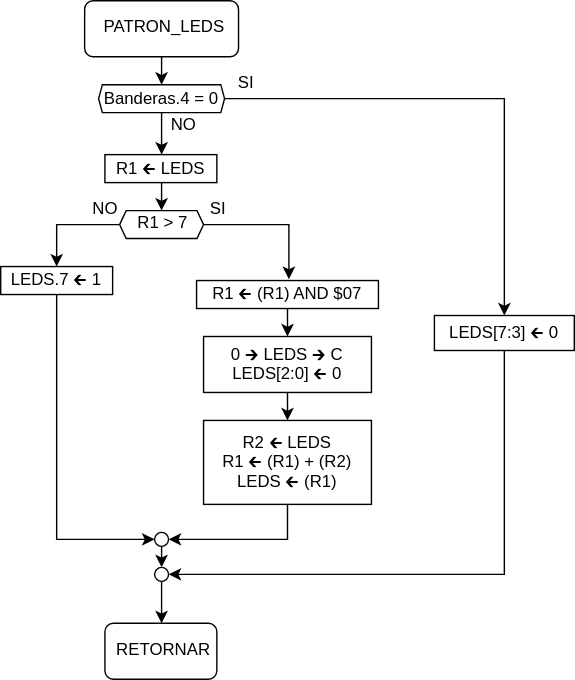
The draw.io diagram PROYECTO/diagrams_svg/PATRON_LEDS.svg in slealq/micros, before a commit. Source tidied: cells renumbered, new cells last; positions are measured from the earlier drawing's top-left corner, leaving out a move shared by most shapes. Source of this version:
```xml
<mxGraphModel>
  <root>
    <mxCell id="0" />
    <mxCell id="1" parent="0" />
    <mxCell id="2" style="edgeStyle=orthogonalEdgeStyle;rounded=0;jettySize=auto;html=1;exitX=0.5;exitY=1;exitDx=0;exitDy=0;" parent="1" edge="1" source="3">
      <mxGeometry relative="1" as="geometry">
        <mxPoint x="115" y="59.9" as="targetPoint" />
      </mxGeometry>
    </mxCell>
    <mxCell id="3" value="PATRON_LEDS" style="rounded=1;whiteSpace=wrap;html=1;" parent="1" vertex="1">
      <mxGeometry x="60" width="110" height="40" as="geometry" />
    </mxCell>
    <mxCell id="4" style="edgeStyle=orthogonalEdgeStyle;rounded=0;jettySize=auto;html=1;exitX=1;exitY=0.5;exitDx=0;exitDy=0;" parent="1" edge="1" source="6" target="28">
      <mxGeometry relative="1" as="geometry" />
    </mxCell>
    <mxCell id="5" style="edgeStyle=orthogonalEdgeStyle;rounded=0;jettySize=auto;html=1;exitX=0.5;exitY=1;exitDx=0;exitDy=0;entryX=0.5;entryY=0;entryDx=0;entryDy=0;" parent="1" edge="1" source="6" target="30">
      <mxGeometry relative="1" as="geometry" />
    </mxCell>
    <mxCell id="6" value="Banderas.4 = 0" style="shape=hexagon;perimeter=hexagonPerimeter2;size=0.02962962962962984;" parent="1" vertex="1">
      <mxGeometry x="70" y="60" width="90" height="20" as="geometry" />
    </mxCell>
    <mxCell id="7" style="edgeStyle=orthogonalEdgeStyle;rounded=0;jettySize=auto;html=1;exitX=0;exitY=0.5;exitDx=0;exitDy=0;entryX=0.5;entryY=0;entryDx=0;entryDy=0;" parent="1" edge="1" source="9" target="12">
      <mxGeometry relative="1" as="geometry" />
    </mxCell>
    <mxCell id="8" style="edgeStyle=orthogonalEdgeStyle;rounded=0;jettySize=auto;html=1;exitX=1;exitY=0.5;exitDx=0;exitDy=0;entryX=0.507;entryY=-0.07;entryDx=0;entryDy=0;entryPerimeter=0;" parent="1" edge="1" source="9" target="14">
      <mxGeometry relative="1" as="geometry" />
    </mxCell>
    <mxCell id="9" value="R1 &amp;gt; 7" style="shape=hexagon;perimeter=hexagonPerimeter2;whiteSpace=wrap;html=1;size=0.07777777777777857;" parent="1" vertex="1">
      <mxGeometry x="85" y="150" width="60" height="20" as="geometry" />
    </mxCell>
    <mxCell id="10" value="SI" style="text;strokeColor=none;fillColor=none;align=center;verticalAlign=middle;whiteSpace=wrap;rounded=0;html=1;" parent="1" vertex="1">
      <mxGeometry x="154.5" y="50" width="40" height="20" as="geometry" />
    </mxCell>
    <mxCell id="11" style="edgeStyle=orthogonalEdgeStyle;rounded=0;jettySize=auto;html=1;exitX=0.5;exitY=1;exitDx=0;exitDy=0;entryX=0;entryY=0.5;entryDx=0;entryDy=0;" parent="1" edge="1" source="12" target="20">
      <mxGeometry relative="1" as="geometry" />
    </mxCell>
    <mxCell id="12" value="LEDS.7 🡰 1" style="rounded=0;" parent="1" vertex="1">
      <mxGeometry y="190" width="80" height="20" as="geometry" />
    </mxCell>
    <mxCell id="13" style="edgeStyle=orthogonalEdgeStyle;rounded=0;jettySize=auto;html=1;exitX=0.5;exitY=1;exitDx=0;exitDy=0;entryX=0.5;entryY=0;entryDx=0;entryDy=0;" parent="1" edge="1" source="14" target="16">
      <mxGeometry relative="1" as="geometry" />
    </mxCell>
    <mxCell id="14" value="R1 🡰 (R1) AND $07" style="rounded=0;" parent="1" vertex="1">
      <mxGeometry x="140" y="200" width="130" height="20" as="geometry" />
    </mxCell>
    <mxCell id="15" style="edgeStyle=orthogonalEdgeStyle;rounded=0;jettySize=auto;html=1;exitX=0.5;exitY=1;exitDx=0;exitDy=0;entryX=0.5;entryY=0;entryDx=0;entryDy=0;" parent="1" edge="1" source="16" target="18">
      <mxGeometry relative="1" as="geometry" />
    </mxCell>
    <mxCell id="16" value="0 🡲 LEDS 🡲 C&#10;LEDS[2:0] 🡰 0" style="rounded=0;" parent="1" vertex="1">
      <mxGeometry x="145" y="240" width="120" height="40" as="geometry" />
    </mxCell>
    <mxCell id="17" style="edgeStyle=orthogonalEdgeStyle;rounded=0;jettySize=auto;html=1;exitX=0.5;exitY=1;exitDx=0;exitDy=0;entryX=1;entryY=0.5;entryDx=0;entryDy=0;" parent="1" edge="1" source="18" target="20">
      <mxGeometry relative="1" as="geometry">
        <Array as="points">
          <mxPoint x="205" y="385" />
        </Array>
      </mxGeometry>
    </mxCell>
    <mxCell id="18" value="R2 🡰 LEDS&#10;R1 🡰 (R1) + (R2)&#10;LEDS 🡰 (R1)" style="rounded=0;" parent="1" vertex="1">
      <mxGeometry x="145" y="300" width="120" height="60" as="geometry" />
    </mxCell>
    <mxCell id="19" style="edgeStyle=orthogonalEdgeStyle;rounded=0;jettySize=auto;html=1;exitX=0.5;exitY=1;exitDx=0;exitDy=0;entryX=0.5;entryY=0;entryDx=0;entryDy=0;" parent="1" edge="1" source="20" target="22">
      <mxGeometry relative="1" as="geometry" />
    </mxCell>
    <mxCell id="20" style="ellipse;whiteSpace=wrap;align=center;html=1;" parent="1" vertex="1">
      <mxGeometry x="110" y="380" width="10" height="10" as="geometry" />
    </mxCell>
    <mxCell id="21" style="edgeStyle=orthogonalEdgeStyle;rounded=0;jettySize=auto;html=1;exitX=0.5;exitY=1;exitDx=0;exitDy=0;entryX=0.5;entryY=0;entryDx=0;entryDy=0;" parent="1" edge="1" source="22" target="24">
      <mxGeometry relative="1" as="geometry" />
    </mxCell>
    <mxCell id="22" style="ellipse;whiteSpace=wrap;align=center;html=1;" parent="1" vertex="1">
      <mxGeometry x="110" y="405" width="10" height="10" as="geometry" />
    </mxCell>
    <mxCell id="23" value="NO" style="text;strokeColor=none;fillColor=none;align=center;verticalAlign=middle;whiteSpace=wrap;rounded=0;html=1;" parent="1" vertex="1">
      <mxGeometry x="110" y="80" width="40" height="20" as="geometry" />
    </mxCell>
    <mxCell id="24" value="RETORNAR" style="rounded=1;whiteSpace=wrap;html=1;" parent="1" vertex="1">
      <mxGeometry x="74.5" y="445" width="80" height="40" as="geometry" />
    </mxCell>
    <mxCell id="25" value="NO" style="text;strokeColor=none;fillColor=none;align=center;verticalAlign=middle;whiteSpace=wrap;rounded=0;html=1;" parent="1" vertex="1">
      <mxGeometry x="54.5" y="140" width="40" height="20" as="geometry" />
    </mxCell>
    <mxCell id="26" value="SI" style="text;strokeColor=none;fillColor=none;align=center;verticalAlign=middle;whiteSpace=wrap;rounded=0;html=1;" parent="1" vertex="1">
      <mxGeometry x="134.5" y="140" width="40" height="20" as="geometry" />
    </mxCell>
    <mxCell id="27" style="edgeStyle=orthogonalEdgeStyle;rounded=0;jettySize=auto;html=1;exitX=0.5;exitY=1;exitDx=0;exitDy=0;entryX=1;entryY=0.5;entryDx=0;entryDy=0;" parent="1" edge="1" source="28" target="22">
      <mxGeometry relative="1" as="geometry" />
    </mxCell>
    <mxCell id="28" value="LEDS[7:3] 🡰 0" style="rounded=0;" parent="1" vertex="1">
      <mxGeometry x="310" y="225" width="100" height="25" as="geometry" />
    </mxCell>
    <mxCell id="29" style="edgeStyle=orthogonalEdgeStyle;rounded=0;jettySize=auto;html=1;exitX=0.5;exitY=1;exitDx=0;exitDy=0;entryX=0.5;entryY=0;entryDx=0;entryDy=0;" parent="1" edge="1" source="30" target="9">
      <mxGeometry relative="1" as="geometry" />
    </mxCell>
    <mxCell id="30" value="R1 🡰 LEDS" style="rounded=0;" parent="1" vertex="1">
      <mxGeometry x="74.5" y="110" width="80" height="20" as="geometry" />
    </mxCell>
  </root>
</mxGraphModel>
```
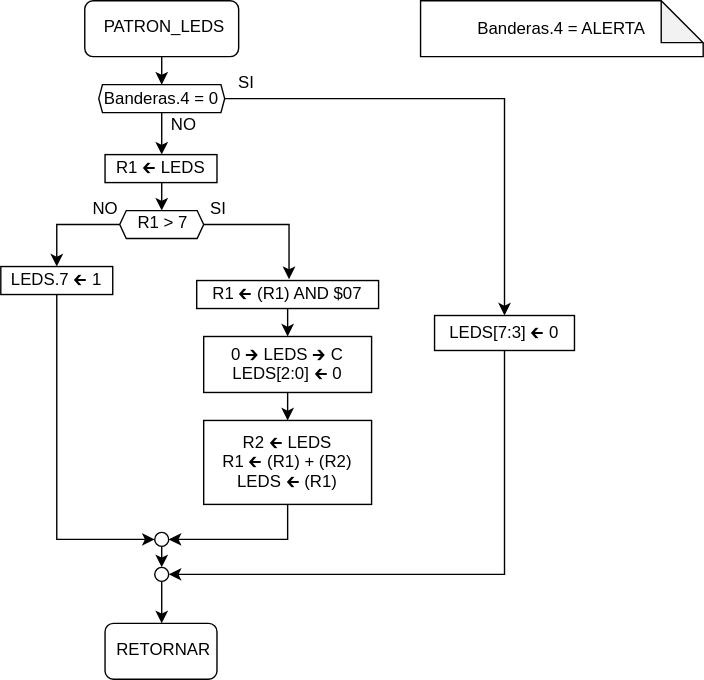
Later version of the same file.

What changed in the source:
```diff
@@ -95,5 +95,8 @@
     <mxCell id="30" value="R1 🡰 LEDS" style="rounded=0;" parent="1" vertex="1">
       <mxGeometry x="74.5" y="110" width="80" height="20" as="geometry" />
     </mxCell>
+    <mxCell id="31" value="Banderas.4 = ALERTA" style="shape=note;backgroundOutline=1;darkOpacity=0.05;" parent="1" vertex="1">
+      <mxGeometry x="300" width="202" height="40" as="geometry" />
+    </mxCell>
   </root>
 </mxGraphModel>
```
